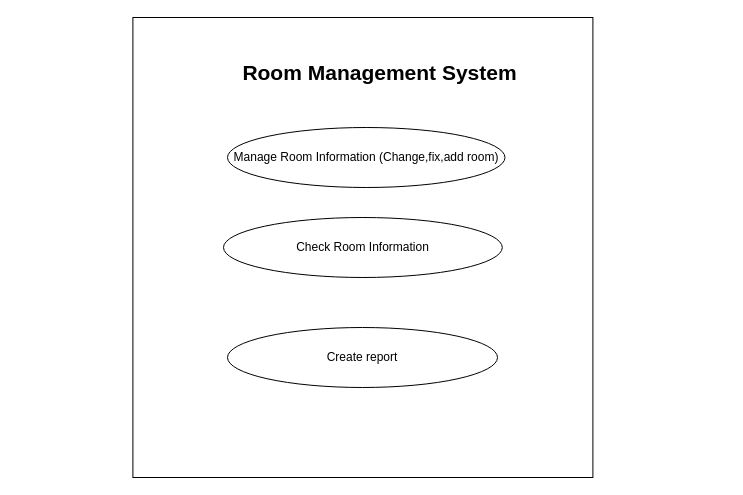
This is Biểu đồ không có tiêu đề.drawio from DuongHoang2111/se-mid-term, a draw.io file, before an edit. Source tidied: cells renumbered, new cells numbered last; positions are measured from the earlier drawing's top-left corner, leaving out a move shared by most shapes. Both pictures are drawn from the tidied source at 100%, with x=0, y=0 at pixel (132, 17).
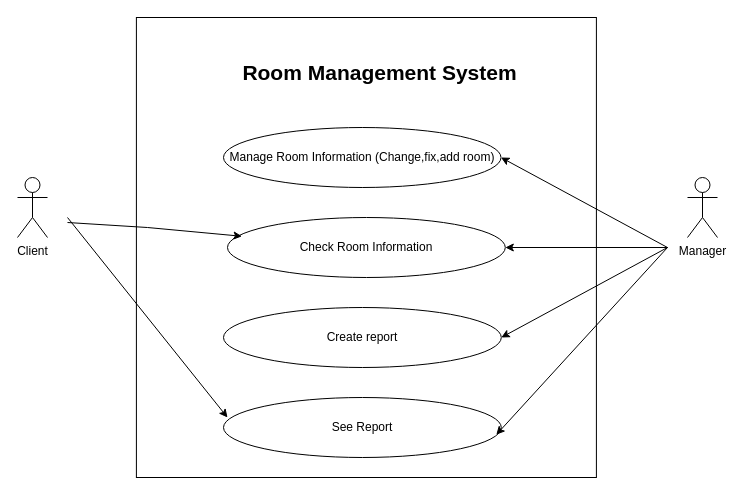
The same diagram, later.

Commit message:
Cập nhật Biểu đồ không có tiêu đề.drawio

Diff of the diagram source:
```diff
@@
     <mxCell id="2" style="whiteSpace=wrap;html=1;" parent="1" vertex="1">
-      <mxGeometry x="0.4" width="460" height="460" as="geometry" />
+      <mxGeometry x="3.9" width="460" height="460" as="geometry" />
     </mxCell>
     <mxCell id="3" value="Manage Room Information (Change,fix,add room)" style="ellipse;whiteSpace=wrap;html=1;" parent="1" vertex="1">
-      <mxGeometry x="95" y="110" width="277.5" height="60" as="geometry" />
+      <mxGeometry x="91" y="110" width="277.5" height="60" as="geometry" />
     </mxCell>
@@
     <mxCell id="5" value="Create report" style="ellipse;whiteSpace=wrap;html=1;" parent="1" vertex="1">
-      <mxGeometry x="95" y="310" width="270" height="60" as="geometry" />
+      <mxGeometry x="91" y="290" width="277.8" height="60" as="geometry" />
     </mxCell>
     <mxCell id="6" value="Check Room Information" style="ellipse;whiteSpace=wrap;html=1;" parent="1" vertex="1">
-      <mxGeometry x="91" y="200" width="278.8" height="60" as="geometry" />
+      <mxGeometry x="95" y="200" width="277.8" height="60" as="geometry" />
     </mxCell>
+    <mxCell id="7" value="Client" style="shape=umlActor;verticalLabelPosition=bottom;verticalAlign=top;html=1;" parent="1" vertex="1">
+      <mxGeometry x="-115" y="160" width="30" height="60" as="geometry" />
+    </mxCell>
+    <mxCell id="8" value="Manager" style="shape=umlActor;verticalLabelPosition=bottom;verticalAlign=top;html=1;" parent="1" vertex="1">
+      <mxGeometry x="555" y="160" width="30" height="60" as="geometry" />
+    </mxCell>
+    <mxCell id="9" style="endArrow=classic;html=1;rounded=0;" parent="1" edge="1">
+      <mxGeometry relative="1" as="geometry">
+        <mxPoint x="-65" y="200" as="sourcePoint" />
+        <mxPoint x="95" y="400" as="targetPoint" />
+        <Array as="points">
+          <mxPoint x="-65" y="200" />
+        </Array>
+      </mxGeometry>
+    </mxCell>
+    <mxCell id="10" style="endArrow=classic;html=1;rounded=0;entryX=0.052;entryY=0.313;entryDx=0;entryDy=0;entryPerimeter=0;" parent="1" edge="1" target="6">
+      <mxGeometry relative="1" as="geometry">
+        <mxPoint x="-65" y="205" as="sourcePoint" />
+        <Array as="points">
+          <mxPoint x="15" y="210" />
+        </Array>
+      </mxGeometry>
+    </mxCell>
+    <mxCell id="11" value="See Report" style="ellipse;whiteSpace=wrap;html=1;" parent="1" vertex="1">
+      <mxGeometry x="91" y="380" width="277.8" height="60" as="geometry" />
+    </mxCell>
+    <mxCell id="12" style="endArrow=classic;html=1;rounded=0;entryX=0.982;entryY=0.62;entryDx=0;entryDy=0;entryPerimeter=0;" parent="1" edge="1" target="11">
+      <mxGeometry relative="1" as="geometry">
+        <mxPoint x="535" y="230" as="sourcePoint" />
+      </mxGeometry>
+    </mxCell>
+    <mxCell id="13" style="endArrow=classic;html=1;rounded=0;entryX=1;entryY=0.5;entryDx=0;entryDy=0;" parent="1" edge="1" target="5">
+      <mxGeometry relative="1" as="geometry">
+        <mxPoint x="535" y="230" as="sourcePoint" />
+      </mxGeometry>
+    </mxCell>
+    <mxCell id="14" style="endArrow=classic;html=1;rounded=0;entryX=1;entryY=0.5;entryDx=0;entryDy=0;" parent="1" edge="1" target="6">
+      <mxGeometry relative="1" as="geometry">
+        <mxPoint x="535" y="230" as="sourcePoint" />
+      </mxGeometry>
+    </mxCell>
+    <mxCell id="15" style="endArrow=classic;html=1;rounded=0;entryX=1;entryY=0.5;entryDx=0;entryDy=0;" parent="1" edge="1" target="3">
+      <mxGeometry relative="1" as="geometry">
+        <mxPoint x="535" y="230" as="sourcePoint" />
+      </mxGeometry>
+    </mxCell>
```
